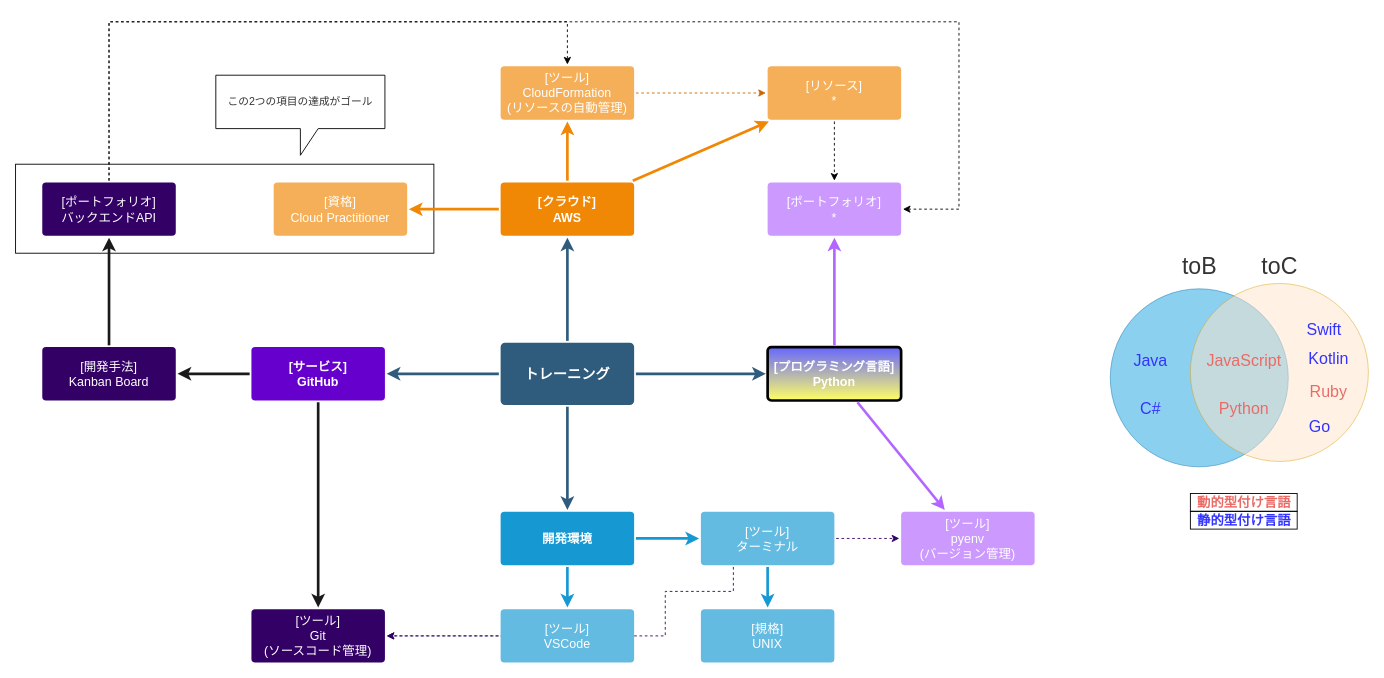
Before: beginner-training.drawio in moaible/draw.io-workspace, a draw.io diagram. Source tidied: cells renumbered, new cells numbered last; positions are measured from the earlier drawing's top-left corner, leaving out a move shared by most shapes. Both pictures are drawn from the tidied source at 89%, with x=0, y=0 at pixel (15, 21).
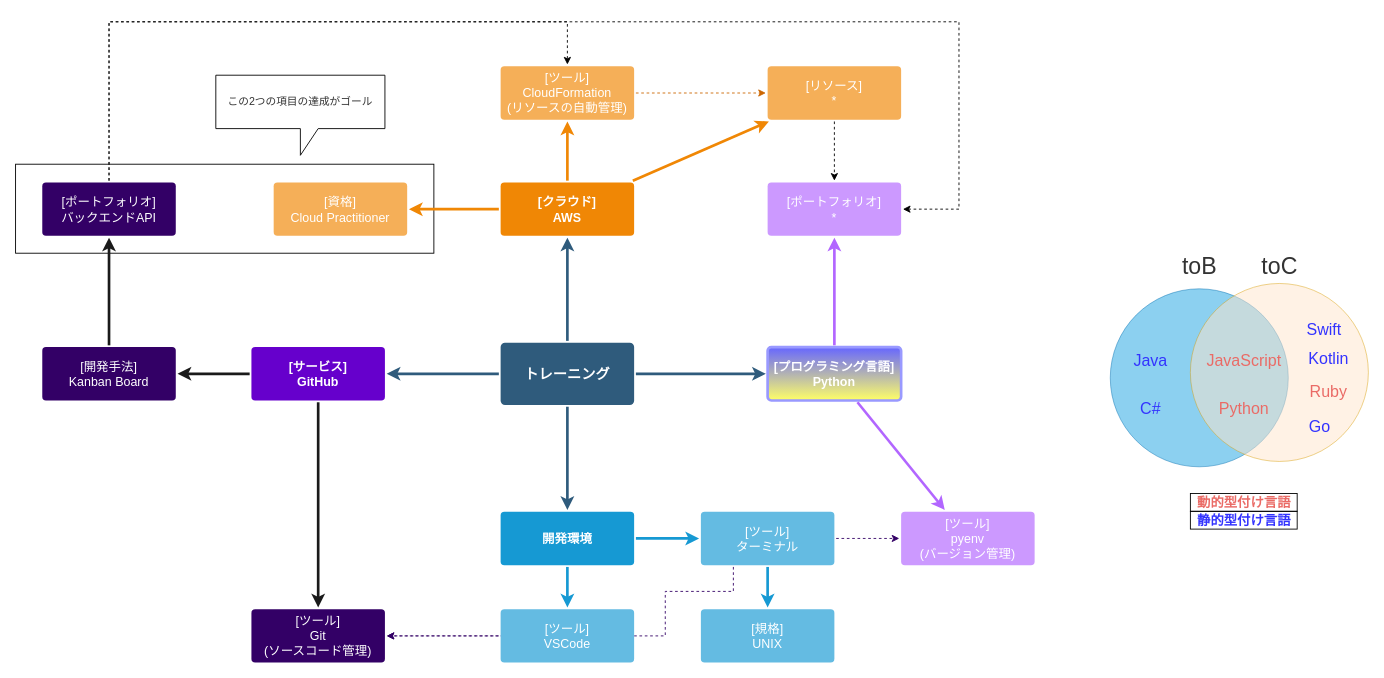
Above is the later version.

Change to the diagram source:
```diff
@@
-    <mxCell id="26" value="[プログラミング言語]&lt;br&gt;Python" style="rounded=1;whiteSpace=wrap;html=1;shadow=0;labelBackgroundColor=none;strokeWidth=3;fontFamily=Helvetica;fontSize=14;fontColor=#FFFFFF;align=center;spacing=5;fontStyle=1;arcSize=7;perimeterSpacing=2;fillColor=#6666FF;gradientDirection=south;gradientColor=#FFFF66;" parent="1" vertex="1">
+    <mxCell id="26" value="[プログラミング言語]&lt;br&gt;Python" style="rounded=1;whiteSpace=wrap;html=1;shadow=0;labelBackgroundColor=none;strokeWidth=3;fontFamily=Helvetica;fontSize=14;fontColor=#FFFFFF;align=center;spacing=5;fontStyle=1;arcSize=7;perimeterSpacing=2;fillColor=#6666FF;gradientDirection=south;gradientColor=#FFFF66;strokeColor=#9999FF;" parent="1" vertex="1">
       <mxGeometry x="845" y="365.5" width="150" height="60" as="geometry" />
     </mxCell>
```
